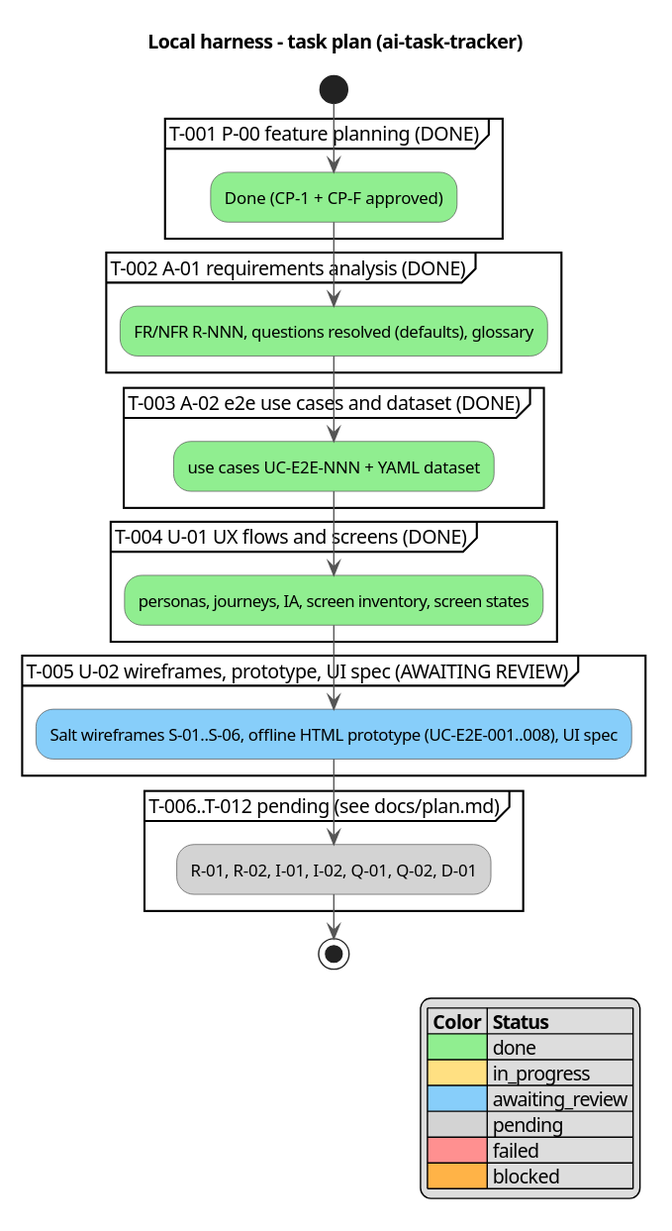
Above: docs/activity.svg in serge-sasov/ai-task-tracker (PlantUML), before the change.
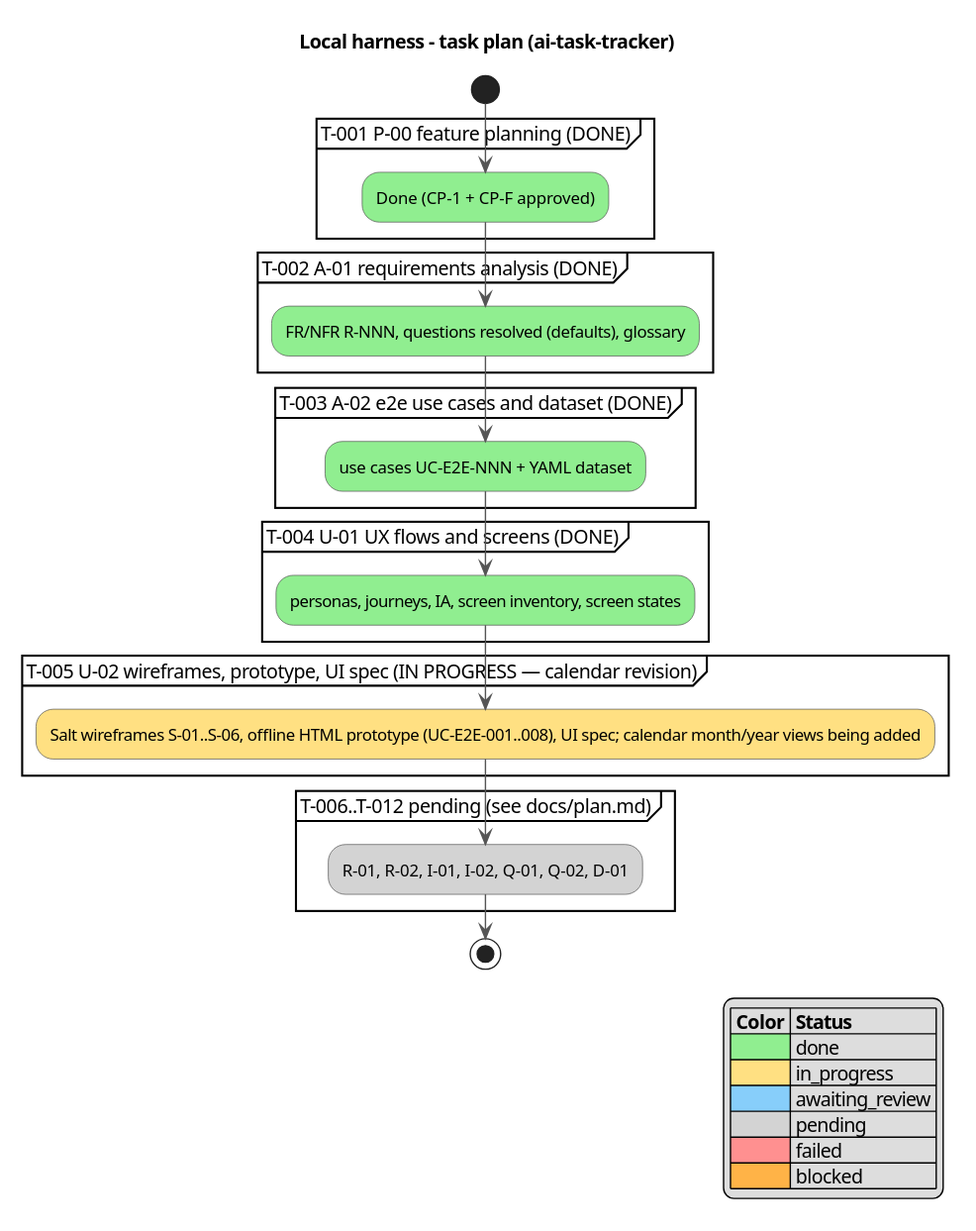
Later version of the same file.

Commit message:
T-005: CP-F changes requested (calendar month/year views); return to in_progress

Diff of the diagram source:
```diff
@@ -18,8 +18,8 @@
 partition "T-004 U-01 UX flows and screens (DONE)" {
   :personas, journeys, IA, screen inventory, screen states; <<#90EE90>>
 }
-partition "T-005 U-02 wireframes, prototype, UI spec (AWAITING REVIEW)" {
-  :Salt wireframes S-01..S-06, offline HTML prototype (UC-E2E-001..008), UI spec; <<#87CEFA>>
+partition "T-005 U-02 wireframes, prototype, UI spec (IN PROGRESS — calendar revision)" {
+  :Salt wireframes S-01..S-06, offline HTML prototype (UC-E2E-001..008), UI spec; calendar month/year views being added; <<#FFE082>>
 }
 partition "T-006..T-012 pending (see docs/plan.md)" {
   :R-01, R-02, I-01, I-02, Q-01, Q-02, D-01; <<#D3D3D3>>
```
